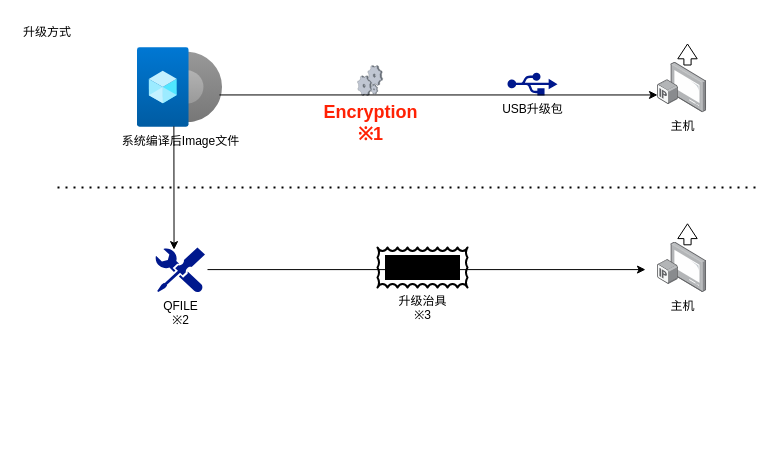
qxcjust/allkindsofArchitecture keeps this draw.io diagram as UpgradeImageProcess.drawio. Above is the earlier version. Source tidied: cells renumbered, new cells numbered last; positions are measured from the earlier drawing's top-left corner, leaving out a move shared by most shapes. Both pictures are drawn from the tidied source at 100%, with x=0, y=0 at pixel (17, 17).
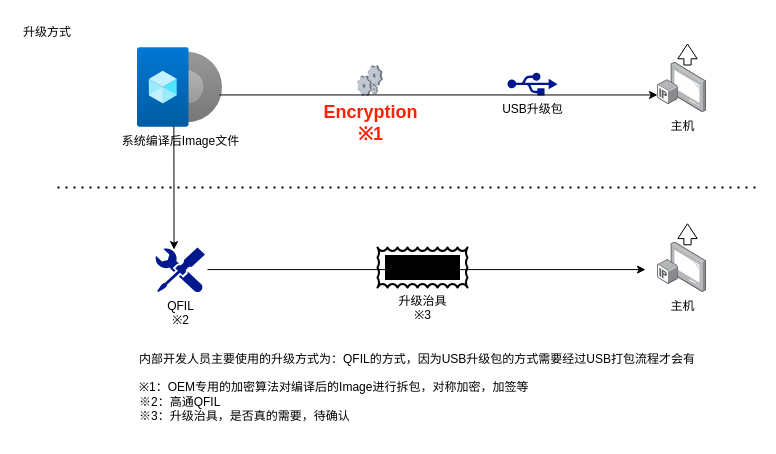
The same diagram, later.

Change to the diagram source:
```diff
@@
-    <mxCell id="9" value="QFILE&lt;br&gt;※2" style="sketch=0;shadow=0;dashed=0;html=1;strokeColor=none;labelPosition=center;verticalLabelPosition=bottom;verticalAlign=top;align=center;fillColor=#00188D;shape=mxgraph.mscae.enterprise.tool;" parent="1" vertex="1">
+    <mxCell id="9" value="QFIL&lt;br&gt;※2" style="sketch=0;shadow=0;dashed=0;html=1;strokeColor=none;labelPosition=center;verticalLabelPosition=bottom;verticalAlign=top;align=center;fillColor=#00188D;shape=mxgraph.mscae.enterprise.tool;" parent="1" vertex="1">
       <mxGeometry x="137.5" y="230" width="50" height="45" as="geometry" />
     </mxCell>
@@
+    <mxCell id="17" value="内部开发人员主要使用的升级方式为：QFIL的方式，因为USB升级包的方式需要经过USB打包流程才会有&lt;br&gt;&lt;br&gt;※1：OEM专用的加密算法对编译后的Image进行拆包，对称加密，加签等&lt;div&gt;※2：高通QFIL&lt;/div&gt;&lt;div&gt;※3：升级治具，是否真的需要，待确认&lt;/div&gt;" style="text;html=1;whiteSpace=wrap;strokeColor=none;fillColor=none;align=left;verticalAlign=middle;rounded=0;" parent="1" vertex="1">
+      <mxGeometry x="120" y="320" width="591" height="100" as="geometry" />
+    </mxCell>
```
